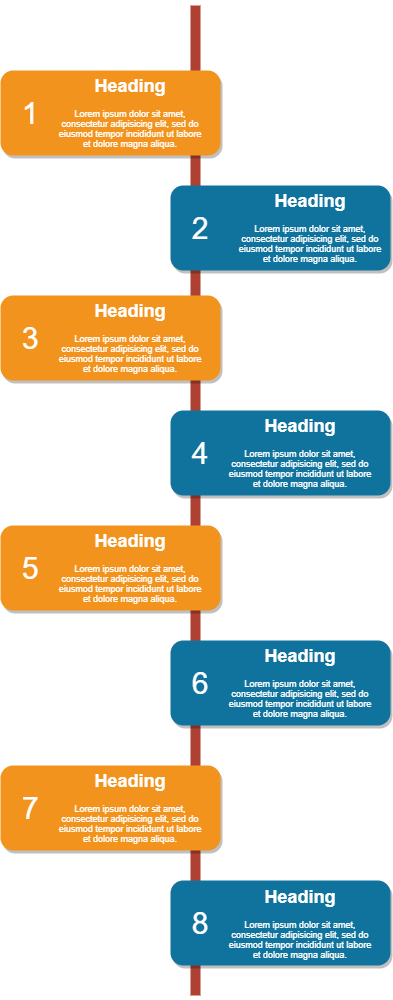
Earlier version of the draw.io export Team Structure.png (kisprabhu/gyan-git). Source tidied: cells renumbered, new cells last; positions are measured from the earlier drawing's top-left corner, leaving out a move shared by most shapes. Source of this version:
```xml
<mxGraphModel>
  <root>
    <mxCell id="0" />
    <mxCell id="1" parent="0" />
    <mxCell id="2" style="line;strokeWidth=10;direction=south;html=1;fillColor=none;fontSize=13;fontColor=#000000;align=center;strokeColor=#AE4132;" parent="1" vertex="1">
      <mxGeometry x="190" width="10" height="990" as="geometry" />
    </mxCell>
    <mxCell id="3" style="rounded=1;whiteSpace=wrap;html=1;strokeColor=none;strokeWidth=1;fillColor=#F2931E;fontSize=13;fontColor=#FFFFFF;align=center;gradientColor=none;gradientDirection=east;verticalAlign=top;shadow=1;" parent="1" vertex="1">
      <mxGeometry y="65" width="220" height="85" as="geometry" />
    </mxCell>
    <mxCell id="4" value="1" style="text;html=1;strokeColor=none;fillColor=none;align=center;verticalAlign=middle;whiteSpace=wrap;fontSize=30;fontColor=#FFFFFF;" parent="1" vertex="1">
      <mxGeometry x="10" y="98" width="40" height="20" as="geometry" />
    </mxCell>
    <mxCell id="5" style="rounded=1;whiteSpace=wrap;html=1;strokeColor=none;strokeWidth=1;fillColor=#10739E;fontSize=13;fontColor=#FFFFFF;align=center;gradientColor=none;gradientDirection=east;verticalAlign=top;shadow=1;" parent="1" vertex="1">
      <mxGeometry x="170" y="180" width="220" height="85" as="geometry" />
    </mxCell>
    <mxCell id="6" value="2" style="text;html=1;strokeColor=none;fillColor=none;align=center;verticalAlign=middle;whiteSpace=wrap;fontSize=30;fontColor=#FFFFFF;" parent="1" vertex="1">
      <mxGeometry x="180" y="213" width="40" height="20" as="geometry" />
    </mxCell>
    <mxCell id="7" style="rounded=1;whiteSpace=wrap;html=1;strokeColor=none;strokeWidth=1;fillColor=#F2931E;fontSize=13;fontColor=#FFFFFF;align=center;gradientColor=none;gradientDirection=east;verticalAlign=top;shadow=1;" parent="1" vertex="1">
      <mxGeometry y="290" width="220" height="85" as="geometry" />
    </mxCell>
    <mxCell id="8" value="3" style="text;html=1;strokeColor=none;fillColor=none;align=center;verticalAlign=middle;whiteSpace=wrap;fontSize=30;fontColor=#FFFFFF;" parent="1" vertex="1">
      <mxGeometry x="10" y="323" width="40" height="20" as="geometry" />
    </mxCell>
    <mxCell id="9" style="rounded=1;whiteSpace=wrap;html=1;strokeColor=none;strokeWidth=1;fillColor=#10739E;fontSize=13;fontColor=#FFFFFF;align=center;gradientColor=none;gradientDirection=east;verticalAlign=top;shadow=1;" parent="1" vertex="1">
      <mxGeometry x="170" y="405" width="220" height="85" as="geometry" />
    </mxCell>
    <mxCell id="10" value="4" style="text;html=1;strokeColor=none;fillColor=none;align=center;verticalAlign=middle;whiteSpace=wrap;fontSize=30;fontColor=#FFFFFF;" parent="1" vertex="1">
      <mxGeometry x="180" y="438" width="40" height="20" as="geometry" />
    </mxCell>
    <mxCell id="11" style="rounded=1;whiteSpace=wrap;html=1;strokeColor=none;strokeWidth=1;fillColor=#F2931E;fontSize=13;fontColor=#FFFFFF;align=center;gradientColor=none;gradientDirection=east;verticalAlign=top;shadow=1;" parent="1" vertex="1">
      <mxGeometry y="520" width="220" height="85" as="geometry" />
    </mxCell>
    <mxCell id="12" value="5" style="text;html=1;strokeColor=none;fillColor=none;align=center;verticalAlign=middle;whiteSpace=wrap;fontSize=30;fontColor=#FFFFFF;" parent="1" vertex="1">
      <mxGeometry x="10" y="553" width="40" height="20" as="geometry" />
    </mxCell>
    <mxCell id="13" style="rounded=1;whiteSpace=wrap;html=1;strokeColor=none;strokeWidth=1;fillColor=#10739E;fontSize=13;fontColor=#FFFFFF;align=center;gradientColor=none;gradientDirection=east;verticalAlign=top;shadow=1;" parent="1" vertex="1">
      <mxGeometry x="170" y="635" width="220" height="85" as="geometry" />
    </mxCell>
    <mxCell id="14" value="6" style="text;html=1;strokeColor=none;fillColor=none;align=center;verticalAlign=middle;whiteSpace=wrap;fontSize=30;fontColor=#FFFFFF;" parent="1" vertex="1">
      <mxGeometry x="180" y="668" width="40" height="20" as="geometry" />
    </mxCell>
    <mxCell id="15" style="rounded=1;whiteSpace=wrap;html=1;strokeColor=none;strokeWidth=1;fillColor=#F2931E;fontSize=13;fontColor=#FFFFFF;align=center;gradientColor=none;gradientDirection=east;verticalAlign=top;shadow=1;" parent="1" vertex="1">
      <mxGeometry y="760" width="220" height="85" as="geometry" />
    </mxCell>
    <mxCell id="16" value="7" style="text;html=1;strokeColor=none;fillColor=none;align=center;verticalAlign=middle;whiteSpace=wrap;fontSize=30;fontColor=#FFFFFF;" parent="1" vertex="1">
      <mxGeometry x="10" y="793" width="40" height="20" as="geometry" />
    </mxCell>
    <mxCell id="17" style="rounded=1;whiteSpace=wrap;html=1;strokeColor=none;strokeWidth=1;fillColor=#10739E;fontSize=13;fontColor=#FFFFFF;align=center;gradientColor=none;gradientDirection=east;verticalAlign=top;shadow=1;" parent="1" vertex="1">
      <mxGeometry x="170" y="875" width="220" height="85" as="geometry" />
    </mxCell>
    <mxCell id="18" value="8" style="text;html=1;strokeColor=none;fillColor=none;align=center;verticalAlign=middle;whiteSpace=wrap;fontSize=30;fontColor=#FFFFFF;" parent="1" vertex="1">
      <mxGeometry x="180" y="908" width="40" height="20" as="geometry" />
    </mxCell>
    <mxCell id="19" value="&lt;h1&gt;Heading&lt;/h1&gt;&lt;p&gt;Lorem ipsum dolor sit amet, consectetur adipisicing elit, sed do eiusmod tempor incididunt ut labore et dolore magna aliqua.&lt;/p&gt;" style="text;html=1;spacing=5;spacingTop=-20;whiteSpace=wrap;overflow=hidden;strokeColor=none;strokeWidth=4;fillColor=none;gradientColor=#007FFF;fontSize=9;fontColor=#FFFFFF;align=center;" parent="1" vertex="1">
      <mxGeometry x="50" y="69" width="160" height="77" as="geometry" />
    </mxCell>
    <mxCell id="20" value="&lt;h1&gt;Heading&lt;/h1&gt;&lt;p&gt;Lorem ipsum dolor sit amet, consectetur adipisicing elit, sed do eiusmod tempor incididunt ut labore et dolore magna aliqua.&lt;/p&gt;" style="text;html=1;spacing=5;spacingTop=-20;whiteSpace=wrap;overflow=hidden;strokeColor=none;strokeWidth=4;fillColor=none;gradientColor=#007FFF;fontSize=9;fontColor=#FFFFFF;align=center;" parent="1" vertex="1">
      <mxGeometry x="230" y="184" width="160" height="77" as="geometry" />
    </mxCell>
    <mxCell id="21" value="&lt;h1&gt;Heading&lt;/h1&gt;&lt;p&gt;Lorem ipsum dolor sit amet, consectetur adipisicing elit, sed do eiusmod tempor incididunt ut labore et dolore magna aliqua.&lt;/p&gt;" style="text;html=1;spacing=5;spacingTop=-20;whiteSpace=wrap;overflow=hidden;strokeColor=none;strokeWidth=4;fillColor=none;gradientColor=#007FFF;fontSize=9;fontColor=#FFFFFF;align=center;" parent="1" vertex="1">
      <mxGeometry x="50" y="294" width="160" height="77" as="geometry" />
    </mxCell>
    <mxCell id="22" value="&lt;h1&gt;Heading&lt;/h1&gt;&lt;p&gt;Lorem ipsum dolor sit amet, consectetur adipisicing elit, sed do eiusmod tempor incididunt ut labore et dolore magna aliqua.&lt;/p&gt;" style="text;html=1;spacing=5;spacingTop=-20;whiteSpace=wrap;overflow=hidden;strokeColor=none;strokeWidth=4;fillColor=none;gradientColor=#007FFF;fontSize=9;fontColor=#FFFFFF;align=center;" parent="1" vertex="1">
      <mxGeometry x="220" y="409" width="160" height="77" as="geometry" />
    </mxCell>
    <mxCell id="23" value="&lt;h1&gt;Heading&lt;/h1&gt;&lt;p&gt;Lorem ipsum dolor sit amet, consectetur adipisicing elit, sed do eiusmod tempor incididunt ut labore et dolore magna aliqua.&lt;/p&gt;" style="text;html=1;spacing=5;spacingTop=-20;whiteSpace=wrap;overflow=hidden;strokeColor=none;strokeWidth=4;fillColor=none;gradientColor=#007FFF;fontSize=9;fontColor=#FFFFFF;align=center;" parent="1" vertex="1">
      <mxGeometry x="50" y="524" width="160" height="77" as="geometry" />
    </mxCell>
    <mxCell id="24" value="&lt;h1&gt;Heading&lt;/h1&gt;&lt;p&gt;Lorem ipsum dolor sit amet, consectetur adipisicing elit, sed do eiusmod tempor incididunt ut labore et dolore magna aliqua.&lt;/p&gt;" style="text;html=1;spacing=5;spacingTop=-20;whiteSpace=wrap;overflow=hidden;strokeColor=none;strokeWidth=4;fillColor=none;gradientColor=#007FFF;fontSize=9;fontColor=#FFFFFF;align=center;" parent="1" vertex="1">
      <mxGeometry x="220" y="639" width="160" height="77" as="geometry" />
    </mxCell>
    <mxCell id="25" value="&lt;h1&gt;Heading&lt;/h1&gt;&lt;p&gt;Lorem ipsum dolor sit amet, consectetur adipisicing elit, sed do eiusmod tempor incididunt ut labore et dolore magna aliqua.&lt;/p&gt;" style="text;html=1;spacing=5;spacingTop=-20;whiteSpace=wrap;overflow=hidden;strokeColor=none;strokeWidth=4;fillColor=none;gradientColor=#007FFF;fontSize=9;fontColor=#FFFFFF;align=center;" parent="1" vertex="1">
      <mxGeometry x="50" y="764" width="160" height="77" as="geometry" />
    </mxCell>
    <mxCell id="26" value="&lt;h1&gt;Heading&lt;/h1&gt;&lt;p&gt;Lorem ipsum dolor sit amet, consectetur adipisicing elit, sed do eiusmod tempor incididunt ut labore et dolore magna aliqua.&lt;/p&gt;" style="text;html=1;spacing=5;spacingTop=-20;whiteSpace=wrap;overflow=hidden;strokeColor=none;strokeWidth=4;fillColor=none;gradientColor=#007FFF;fontSize=9;fontColor=#FFFFFF;align=center;" parent="1" vertex="1">
      <mxGeometry x="220" y="880" width="160" height="77" as="geometry" />
    </mxCell>
  </root>
</mxGraphModel>
```
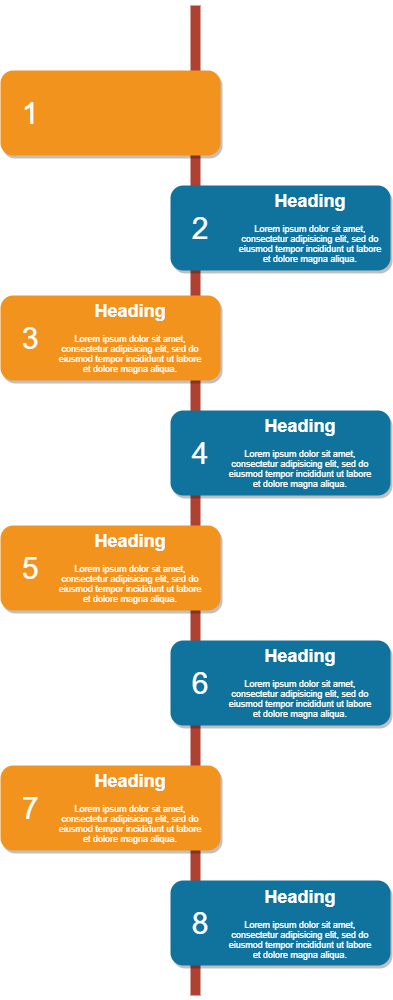
After the change.

The edit, as a diff of the source:
```diff
@@ -53,7 +53,7 @@
     <mxCell id="18" value="8" style="text;html=1;strokeColor=none;fillColor=none;align=center;verticalAlign=middle;whiteSpace=wrap;fontSize=30;fontColor=#FFFFFF;" parent="1" vertex="1">
       <mxGeometry x="180" y="908" width="40" height="20" as="geometry" />
     </mxCell>
-    <mxCell id="19" value="&lt;h1&gt;Heading&lt;/h1&gt;&lt;p&gt;Lorem ipsum dolor sit amet, consectetur adipisicing elit, sed do eiusmod tempor incididunt ut labore et dolore magna aliqua.&lt;/p&gt;" style="text;html=1;spacing=5;spacingTop=-20;whiteSpace=wrap;overflow=hidden;strokeColor=none;strokeWidth=4;fillColor=none;gradientColor=#007FFF;fontSize=9;fontColor=#FFFFFF;align=center;" parent="1" vertex="1">
+    <mxCell id="19" value="&lt;h1&gt;&lt;br&gt;&lt;/h1&gt;" style="text;html=1;spacing=5;spacingTop=-20;whiteSpace=wrap;overflow=hidden;strokeColor=none;strokeWidth=4;fillColor=none;gradientColor=#007FFF;fontSize=9;fontColor=#FFFFFF;align=center;" parent="1" vertex="1">
       <mxGeometry x="50" y="69" width="160" height="77" as="geometry" />
     </mxCell>
     <mxCell id="20" value="&lt;h1&gt;Heading&lt;/h1&gt;&lt;p&gt;Lorem ipsum dolor sit amet, consectetur adipisicing elit, sed do eiusmod tempor incididunt ut labore et dolore magna aliqua.&lt;/p&gt;" style="text;html=1;spacing=5;spacingTop=-20;whiteSpace=wrap;overflow=hidden;strokeColor=none;strokeWidth=4;fillColor=none;gradientColor=#007FFF;fontSize=9;fontColor=#FFFFFF;align=center;" parent="1" vertex="1">
```
